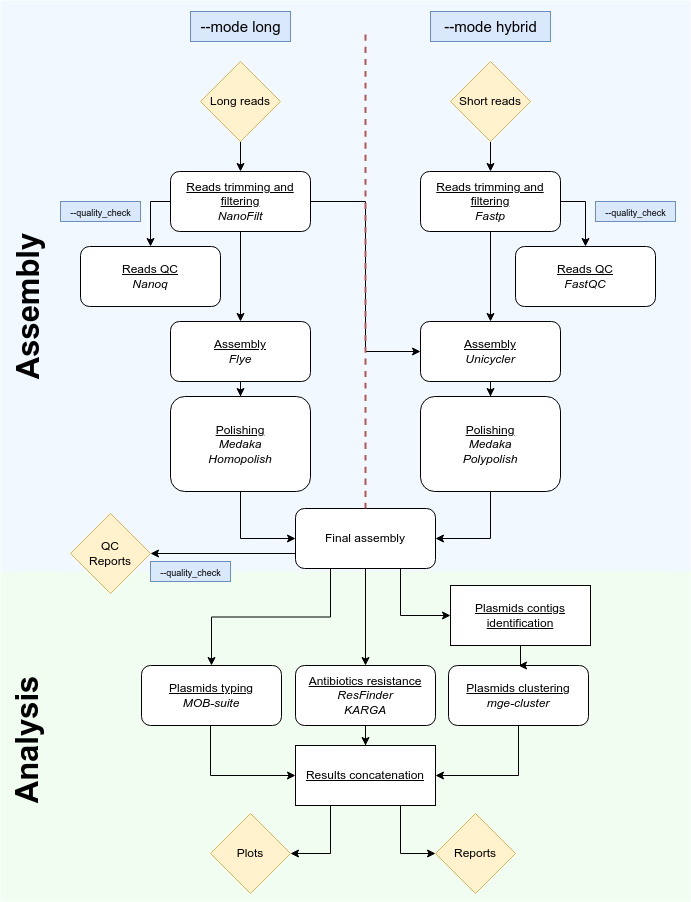
Earlier version of the draw.io export misc/NanoPlasm.png (fmauffrey/NanoPlasm). Source tidied: cells renumbered, new cells last; positions are measured from the earlier drawing's top-left corner, leaving out a move shared by most shapes.
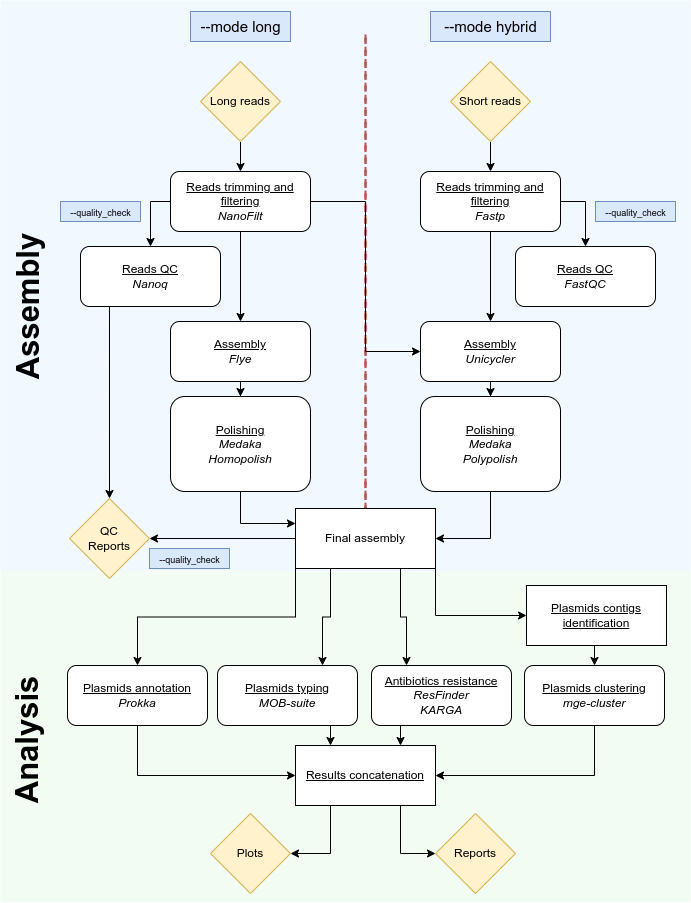
Later version of the same file.

The edit, as a diff of the source:
```diff
@@ -8,6 +8,9 @@
     <mxCell id="3" style="rounded=0;whiteSpace=wrap;html=1;strokeColor=none;fillColor=#00CC00;opacity=5;" parent="1" vertex="1">
       <mxGeometry x="58" y="571" width="690" height="330" as="geometry" />
     </mxCell>
+    <mxCell id="52" style="edgeStyle=orthogonalEdgeStyle;rounded=0;jettySize=auto;html=1;exitX=0.207;exitY=1;exitDx=0;exitDy=0;entryX=0.5;entryY=0;entryDx=0;entryDy=0;exitPerimeter=0;" parent="1" edge="1" source="4" target="50">
+      <mxGeometry relative="1" as="geometry" />
+    </mxCell>
     <mxCell id="4" value="&lt;u&gt;Reads QC&lt;/u&gt;&lt;br&gt;&lt;i&gt;Nanoq&lt;/i&gt;" style="rounded=1;whiteSpace=wrap;html=1;flipV=0;" parent="1" vertex="1">
       <mxGeometry x="138" y="246" width="140" height="60" as="geometry" />
     </mxCell>
@@ -17,27 +20,18 @@
     <mxCell id="6" value="&lt;u&gt;Assembly&lt;/u&gt;&lt;br&gt;&lt;i&gt;Flye&lt;/i&gt;" style="rounded=1;whiteSpace=wrap;html=1;flipV=0;" parent="1" vertex="1">
       <mxGeometry x="228" y="321" width="140" height="60" as="geometry" />
     </mxCell>
-    <mxCell id="7" style="edgeStyle=orthogonalEdgeStyle;rounded=0;jettySize=auto;html=1;entryX=0;entryY=0.5;entryDx=0;entryDy=0;" parent="1" edge="1" source="8" target="13">
+    <mxCell id="7" style="edgeStyle=orthogonalEdgeStyle;rounded=0;jettySize=auto;html=1;entryX=0;entryY=0.25;entryDx=0;entryDy=0;" parent="1" edge="1" source="8" target="13">
       <mxGeometry relative="1" as="geometry" />
     </mxCell>
     <mxCell id="8" value="&lt;u&gt;Polishing &lt;/u&gt;&lt;br&gt;&lt;i&gt;Medaka&lt;/i&gt;&lt;br&gt;&lt;i&gt;Homopolish&lt;/i&gt;" style="rounded=1;whiteSpace=wrap;html=1;flipV=0;" parent="1" vertex="1">
       <mxGeometry x="228" y="396" width="140" height="95" as="geometry" />
     </mxCell>
-    <mxCell id="9" style="edgeStyle=orthogonalEdgeStyle;rounded=0;jettySize=auto;html=1;exitX=0.25;exitY=1;exitDx=0;exitDy=0;entryX=0.5;entryY=0;entryDx=0;entryDy=0;" parent="1" edge="1" source="13" target="32">
-      <mxGeometry relative="1" as="geometry" />
-    </mxCell>
-    <mxCell id="10" style="edgeStyle=orthogonalEdgeStyle;rounded=0;jettySize=auto;html=1;exitX=0.5;exitY=1;exitDx=0;exitDy=0;entryX=0.5;entryY=0;entryDx=0;entryDy=0;" parent="1" edge="1" source="13" target="30">
-      <mxGeometry relative="1" as="geometry" />
-    </mxCell>
+    <mxCell id="12" style="edgeStyle=orthogonalEdgeStyle;rounded=0;jettySize=auto;html=1;exitX=0;exitY=0.5;exitDx=0;exitDy=0;entryX=1;entryY=0.5;entryDx=0;entryDy=0;" parent="1" edge="1" source="13" target="50">
+      <mxGeometry relative="1" as="geometry" />
+    </mxCell>
-    <mxCell id="11" style="edgeStyle=orthogonalEdgeStyle;rounded=0;jettySize=auto;html=1;exitX=0.75;exitY=1;exitDx=0;exitDy=0;entryX=0;entryY=0.5;entryDx=0;entryDy=0;" parent="1" edge="1" source="13" target="36">
+    <mxCell id="11" style="edgeStyle=orthogonalEdgeStyle;rounded=0;jettySize=auto;html=1;exitX=1;exitY=1;exitDx=0;exitDy=0;entryX=0;entryY=0.5;entryDx=0;entryDy=0;" parent="1" edge="1" source="13" target="36">
       <mxGeometry relative="1" as="geometry" />
     </mxCell>
-    <mxCell id="12" style="edgeStyle=orthogonalEdgeStyle;rounded=0;jettySize=auto;html=1;exitX=0;exitY=0.75;exitDx=0;exitDy=0;entryX=1;entryY=0.5;entryDx=0;entryDy=0;" parent="1" edge="1" source="13" target="50">
-      <mxGeometry relative="1" as="geometry" />
-    </mxCell>
-    <mxCell id="13" value="Final assembly" style="rounded=1;whiteSpace=wrap;html=1;" parent="1" vertex="1">
-      <mxGeometry x="353" y="508" width="140" height="60" as="geometry" />
-    </mxCell>
     <mxCell id="14" style="edgeStyle=orthogonalEdgeStyle;rounded=0;jettySize=auto;html=1;entryX=0.5;entryY=0;entryDx=0;entryDy=0;" parent="1" edge="1" source="15" target="20">
       <mxGeometry relative="1" as="geometry" />
     </mxCell>
@@ -83,37 +77,29 @@
     <mxCell id="28" value="&lt;u&gt;Polishing&lt;/u&gt;&lt;br&gt;&lt;i&gt;Medaka&lt;br&gt;Polypolish&lt;br&gt;&lt;/i&gt;" style="rounded=1;whiteSpace=wrap;html=1;" parent="1" vertex="1">
       <mxGeometry x="478" y="396" width="140" height="95" as="geometry" />
     </mxCell>
-    <mxCell id="29" style="edgeStyle=orthogonalEdgeStyle;rounded=0;jettySize=auto;html=1;entryX=0.5;entryY=0;entryDx=0;entryDy=0;" parent="1" edge="1" source="30" target="39">
+    <mxCell id="29" style="edgeStyle=orthogonalEdgeStyle;rounded=0;jettySize=auto;html=1;exitX=0.25;exitY=1;exitDx=0;exitDy=0;entryX=0.75;entryY=0;entryDx=0;entryDy=0;" parent="1" edge="1" source="30" target="39">
       <mxGeometry relative="1" as="geometry" />
     </mxCell>
     <mxCell id="30" value="&lt;u&gt;Antibiotics resistance&lt;br&gt;&lt;/u&gt;&lt;i&gt;ResFinder&lt;br&gt;KARGA&lt;br&gt;&lt;/i&gt;" style="rounded=1;whiteSpace=wrap;html=1;" parent="1" vertex="1">
-      <mxGeometry x="353" y="665" width="140" height="60" as="geometry" />
+      <mxGeometry x="429" y="665" width="140" height="60" as="geometry" />
     </mxCell>
-    <mxCell id="31" style="edgeStyle=orthogonalEdgeStyle;rounded=0;jettySize=auto;html=1;entryX=0;entryY=0.5;entryDx=0;entryDy=0;" parent="1" edge="1" source="32" target="39">
-      <mxGeometry relative="1" as="geometry">
-        <Array as="points">
-          <mxPoint x="268" y="775" />
-        </Array>
-      </mxGeometry>
+    <mxCell id="31" style="edgeStyle=orthogonalEdgeStyle;rounded=0;jettySize=auto;html=1;exitX=0.75;exitY=1;exitDx=0;exitDy=0;entryX=0.25;entryY=0;entryDx=0;entryDy=0;" parent="1" edge="1" source="32" target="39">
+      <mxGeometry relative="1" as="geometry" />
     </mxCell>
     <mxCell id="32" value="&lt;u&gt;Plasmids typing &lt;br&gt;&lt;/u&gt;&lt;i&gt;MOB-suite&lt;/i&gt;" style="rounded=1;whiteSpace=wrap;html=1;" parent="1" vertex="1">
-      <mxGeometry x="199" y="665" width="140" height="60" as="geometry" />
+      <mxGeometry x="275" y="665" width="140" height="60" as="geometry" />
     </mxCell>
-    <mxCell id="33" style="edgeStyle=orthogonalEdgeStyle;rounded=0;jettySize=auto;html=1;entryX=1;entryY=0.5;entryDx=0;entryDy=0;" parent="1" edge="1" source="34" target="39">
-      <mxGeometry relative="1" as="geometry">
-        <Array as="points">
-          <mxPoint x="576" y="775" />
-        </Array>
-      </mxGeometry>
+    <mxCell id="33" style="edgeStyle=orthogonalEdgeStyle;rounded=0;jettySize=auto;html=1;exitX=0.5;exitY=1;exitDx=0;exitDy=0;entryX=1;entryY=0.5;entryDx=0;entryDy=0;" parent="1" edge="1" source="34" target="39">
+      <mxGeometry relative="1" as="geometry" />
     </mxCell>
     <mxCell id="34" value="&lt;u&gt;Plasmids clustering&lt;br&gt;&lt;/u&gt;&lt;i&gt;mge-cluster&lt;/i&gt;" style="rounded=1;whiteSpace=wrap;html=1;" parent="1" vertex="1">
-      <mxGeometry x="506" y="665" width="140" height="60" as="geometry" />
+      <mxGeometry x="582" y="665" width="140" height="60" as="geometry" />
     </mxCell>
-    <mxCell id="35" style="edgeStyle=orthogonalEdgeStyle;rounded=0;jettySize=auto;html=1;" parent="1" edge="1" source="36" target="34">
+    <mxCell id="35" style="edgeStyle=orthogonalEdgeStyle;rounded=0;jettySize=auto;html=1;exitX=0.5;exitY=1;exitDx=0;exitDy=0;entryX=0.5;entryY=0;entryDx=0;entryDy=0;" parent="1" edge="1" source="36" target="34">
       <mxGeometry relative="1" as="geometry" />
     </mxCell>
     <mxCell id="36" value="&lt;u&gt;Plasmids contigs identification&lt;/u&gt;" style="rounded=0;whiteSpace=wrap;html=1;" parent="1" vertex="1">
-      <mxGeometry x="508" y="585" width="140" height="60" as="geometry" />
+      <mxGeometry x="584" y="585" width="140" height="60" as="geometry" />
     </mxCell>
     <mxCell id="37" style="edgeStyle=orthogonalEdgeStyle;rounded=0;jettySize=auto;html=1;entryX=1;entryY=0.5;entryDx=0;entryDy=0;exitX=0.25;exitY=1;exitDx=0;exitDy=0;" parent="1" edge="1" source="39" target="46">
       <mxGeometry relative="1" as="geometry" />
@@ -124,9 +110,6 @@
     <mxCell id="39" value="&lt;u&gt;Results concatenation&lt;/u&gt;" style="rounded=0;whiteSpace=wrap;html=1;" parent="1" vertex="1">
       <mxGeometry x="353" y="745" width="140" height="60" as="geometry" />
     </mxCell>
-    <mxCell id="40" style="edgeStyle=orthogonalEdgeStyle;rounded=0;jettySize=auto;html=1;entryX=0;entryY=0.5;entryDx=0;entryDy=0;" parent="1" edge="1" source="20" target="26">
-      <mxGeometry relative="1" as="geometry" />
-    </mxCell>
     <mxCell id="41" value="--mode long" style="text;html=1;align=center;verticalAlign=middle;strokeColor=#6c8ebf;fillColor=#dae8fc;fontSize=15;perimeterSpacing=1;" parent="1" vertex="1">
       <mxGeometry x="248" y="11" width="100" height="30" as="geometry" />
     </mxCell>
@@ -157,10 +140,43 @@
       <mxGeometry x="118" y="201" width="80" height="20" as="geometry" />
     </mxCell>
     <mxCell id="50" value="QC&lt;br&gt;Reports" style="rhombus;whiteSpace=wrap;html=1;fillColor=#fff2cc;strokeColor=#d6b656;" parent="1" vertex="1">
-      <mxGeometry x="128" y="513" width="80" height="80" as="geometry" />
+      <mxGeometry x="127" y="498" width="80" height="80" as="geometry" />
     </mxCell>
     <mxCell id="51" value="&lt;font style=&quot;font-size: 9px;&quot;&gt;--&lt;/font&gt;&lt;font style=&quot;font-size: 9px;&quot;&gt;quality_check&lt;/font&gt;" style="text;html=1;align=center;verticalAlign=top;strokeColor=#6c8ebf;fillColor=#dae8fc;fontSize=9;perimeterSpacing=1;strokeWidth=1;" parent="1" vertex="1">
-      <mxGeometry x="208" y="561" width="80" height="20" as="geometry" />
+      <mxGeometry x="207" y="548" width="80" height="20" as="geometry" />
     </mxCell>
+    <mxCell id="53" style="edgeStyle=orthogonalEdgeStyle;rounded=0;jettySize=auto;html=1;exitX=0.5;exitY=1;exitDx=0;exitDy=0;entryX=0;entryY=0.5;entryDx=0;entryDy=0;" parent="1" edge="1" source="54" target="39">
+      <mxGeometry relative="1" as="geometry" />
+    </mxCell>
+    <mxCell id="54" value="&lt;u&gt;Plasmids annotation&lt;br&gt;&lt;/u&gt;&lt;i&gt;Prokka&lt;/i&gt;" style="rounded=1;whiteSpace=wrap;html=1;" parent="1" vertex="1">
+      <mxGeometry x="125" y="665" width="140" height="60" as="geometry" />
+    </mxCell>
+    <mxCell id="55" style="endArrow=none;dashed=1;html=1;strokeWidth=2;curved=1;shadow=0;fillColor=#f8cecc;strokeColor=#b85450;" parent="1" edge="1">
+      <mxGeometry relative="1" as="geometry">
+        <mxPoint x="423" y="511" as="sourcePoint" />
+        <mxPoint x="423" y="31" as="targetPoint" />
+      </mxGeometry>
+    </mxCell>
+    <mxCell id="56" style="endArrow=none;dashed=1;html=1;strokeWidth=2;curved=1;shadow=0;fillColor=#f8cecc;strokeColor=#b85450;" parent="1" edge="1">
+      <mxGeometry relative="1" as="geometry">
+        <mxPoint x="423" y="511" as="sourcePoint" />
+        <mxPoint x="423" y="31" as="targetPoint" />
+      </mxGeometry>
+    </mxCell>
+    <mxCell id="10" style="edgeStyle=orthogonalEdgeStyle;rounded=0;jettySize=auto;html=1;exitX=0.75;exitY=1;exitDx=0;exitDy=0;entryX=0.25;entryY=0;entryDx=0;entryDy=0;" parent="1" edge="1" source="13" target="30">
+      <mxGeometry relative="1" as="geometry" />
+    </mxCell>
+    <mxCell id="9" style="edgeStyle=orthogonalEdgeStyle;rounded=0;jettySize=auto;html=1;exitX=0.25;exitY=1;exitDx=0;exitDy=0;entryX=0.75;entryY=0;entryDx=0;entryDy=0;" parent="1" edge="1" source="13" target="32">
+      <mxGeometry relative="1" as="geometry" />
+    </mxCell>
+    <mxCell id="57" style="edgeStyle=orthogonalEdgeStyle;rounded=0;jettySize=auto;html=1;exitX=0;exitY=1;exitDx=0;exitDy=0;" parent="1" edge="1" source="13" target="54">
+      <mxGeometry relative="1" as="geometry" />
+    </mxCell>
+    <mxCell id="13" value="Final assembly" style="rounded=1;whiteSpace=wrap;html=1;arcSize=0;" parent="1" vertex="1">
+      <mxGeometry x="353" y="508" width="140" height="60" as="geometry" />
+    </mxCell>
+    <mxCell id="40" style="edgeStyle=orthogonalEdgeStyle;rounded=0;jettySize=auto;html=1;entryX=0;entryY=0.5;entryDx=0;entryDy=0;" parent="1" edge="1" source="20" target="26">
+      <mxGeometry relative="1" as="geometry" />
+    </mxCell>
   </root>
 </mxGraphModel>
```
